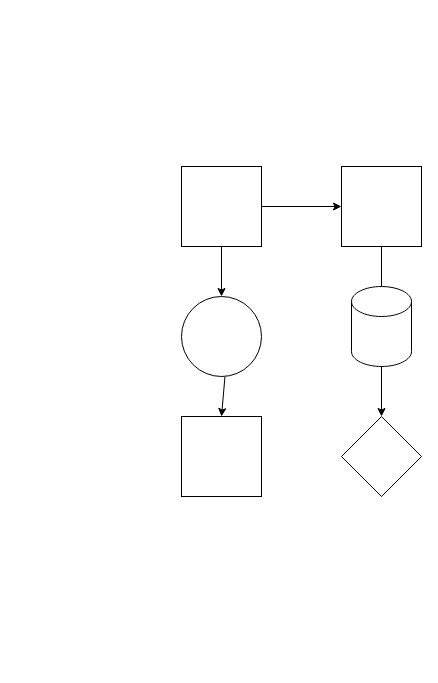
Above: buch-format-test/diagram.drawio in leonard-roepcke/latexEditorTests (draw.io), before the change. Source tidied: cells renumbered, new cells numbered last; positions are measured from the earlier drawing's top-left corner, leaving out a move shared by most shapes. Both pictures are drawn from the tidied source at 100%, with x=0, y=0 at pixel (181, 166).
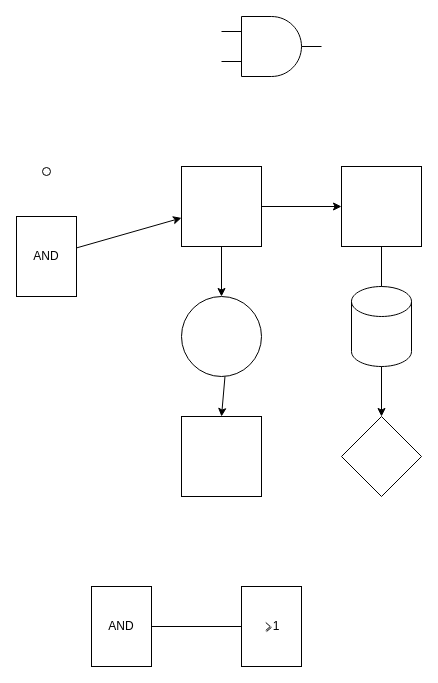
Above is the later version.

Diff of the diagram source:
```diff
@@
 <mxGraphModel>
   <root>
     <mxCell id="0" />
     <mxCell id="1" parent="0" />
     <mxCell id="2" style="edgeStyle=none;html=1;" parent="1" edge="1" source="4" target="6">
       <mxGeometry relative="1" as="geometry" />
     </mxCell>
     <mxCell id="3" style="edgeStyle=none;html=1;" parent="1" edge="1" source="11" target="9">
       <mxGeometry relative="1" as="geometry" />
     </mxCell>
     <mxCell id="4" style="whiteSpace=wrap;html=1;" parent="1" vertex="1">
       <mxGeometry width="80" height="80" as="geometry" />
     </mxCell>
     <mxCell id="5" style="edgeStyle=none;html=1;" parent="1" edge="1" source="6" target="7">
       <mxGeometry relative="1" as="geometry" />
     </mxCell>
     <mxCell id="6" style="whiteSpace=wrap;html=1;" parent="1" vertex="1">
       <mxGeometry x="160" width="80" height="80" as="geometry" />
     </mxCell>
     <mxCell id="7" style="rhombus;whiteSpace=wrap;html=1;" parent="1" vertex="1">
       <mxGeometry x="160" y="250" width="80" height="80" as="geometry" />
     </mxCell>
     <mxCell id="8" style="shape=cylinder3;whiteSpace=wrap;html=1;boundedLbl=1;backgroundOutline=1;size=15;" parent="1" vertex="1">
       <mxGeometry x="170" y="120" width="60" height="80" as="geometry" />
     </mxCell>
     <mxCell id="9" style="whiteSpace=wrap;html=1;" parent="1" vertex="1">
       <mxGeometry y="250" width="80" height="80" as="geometry" />
     </mxCell>
     <mxCell id="10" style="edgeStyle=none;html=1;" parent="1" edge="1" source="4" target="11">
       <mxGeometry relative="1" as="geometry" />
     </mxCell>
     <mxCell id="11" style="ellipse;whiteSpace=wrap;html=1;" parent="1" vertex="1">
       <mxGeometry y="130" width="80" height="80" as="geometry" />
     </mxCell>
+    <mxCell id="12" style="verticalLabelPosition=bottom;shadow=0;dashed=0;align=center;html=1;verticalAlign=top;shape=mxgraph.electrical.logic_gates.inverting_contact;" parent="1" vertex="1">
+      <mxGeometry x="-140" width="10" height="10" as="geometry" />
+    </mxCell>
+    <mxCell id="13" style="verticalLabelPosition=bottom;shadow=0;dashed=0;align=center;html=1;verticalAlign=top;shape=mxgraph.electrical.logic_gates.logic_gate;operation=and;" parent="1" vertex="1">
+      <mxGeometry x="40" y="-150" width="100" height="60" as="geometry" />
+    </mxCell>
+    <mxCell id="14" style="edgeStyle=none;html=1;" parent="1" edge="1" source="15" target="4">
+      <mxGeometry relative="1" as="geometry" />
+    </mxCell>
+    <mxCell id="15" style="verticalLabelPosition=bottom;shadow=0;dashed=0;align=center;html=1;verticalAlign=top;shape=mxgraph.electrical.iec_logic_gates.and;" parent="1" vertex="1">
+      <mxGeometry x="-165" y="50" width="60" height="80" as="geometry" />
+    </mxCell>
+    <mxCell id="16" style="verticalLabelPosition=bottom;shadow=0;dashed=0;align=center;html=1;verticalAlign=top;shape=mxgraph.electrical.iec_logic_gates.and;" parent="1" vertex="1">
+      <mxGeometry x="-90" y="420" width="60" height="80" as="geometry" />
+    </mxCell>
+    <mxCell id="17" style="verticalLabelPosition=bottom;shadow=0;dashed=0;align=center;html=1;verticalAlign=top;shape=mxgraph.electrical.iec_logic_gates.or;" parent="1" vertex="1">
+      <mxGeometry x="60" y="420" width="60" height="80" as="geometry" />
+    </mxCell>
+    <mxCell id="18" style="html=1;exitX=1;exitY=0.5;exitDx=0;exitDy=0;exitPerimeter=0;entryX=0;entryY=0.5;entryDx=0;entryDy=0;entryPerimeter=0;endArrow=none;endFill=0;" parent="1" edge="1" source="16" target="17">
+      <mxGeometry relative="1" as="geometry" />
+    </mxCell>
   </root>
 </mxGraphModel>
```
